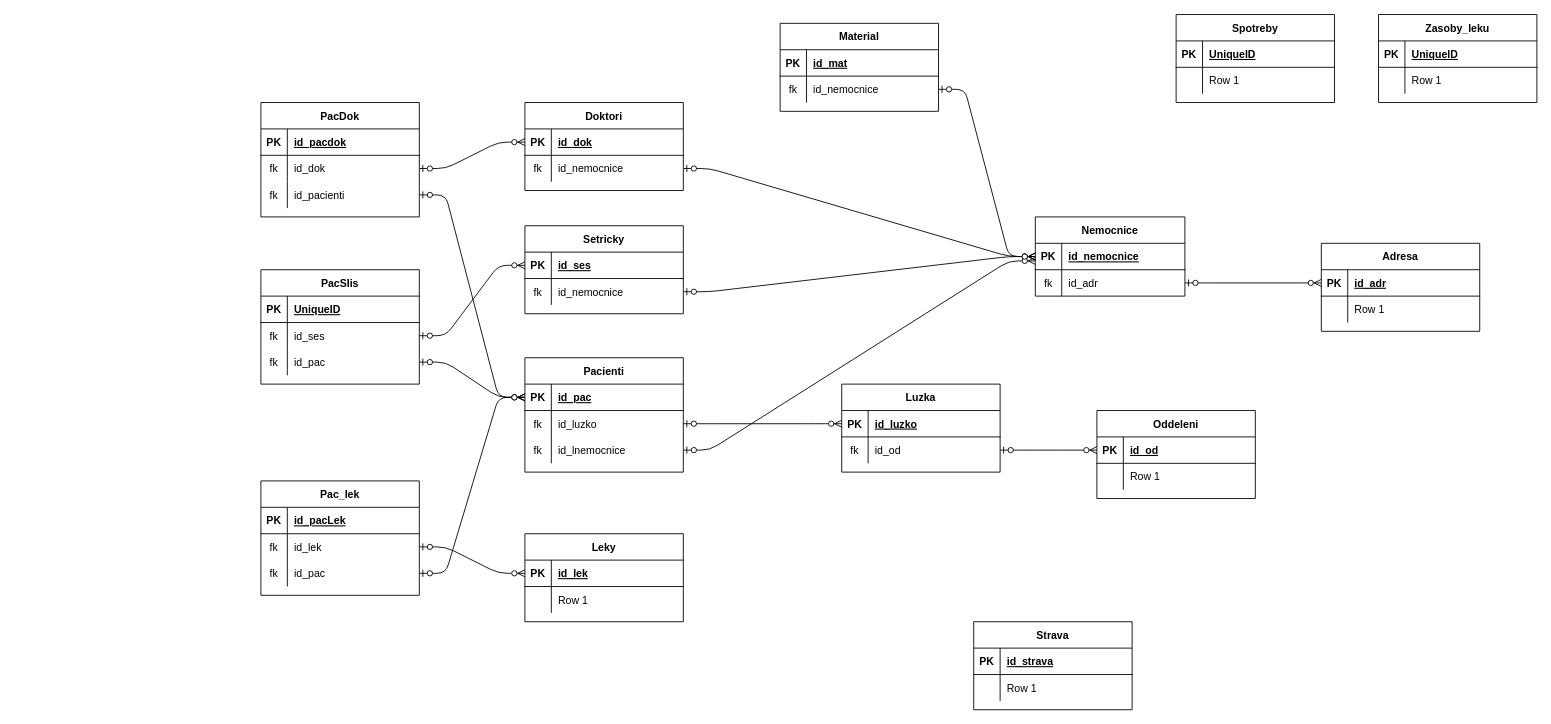
The draw.io diagram navrh.drawio in skrivanroman/Nemocnice_DB, before the edit. Source tidied: cells renumbered, new cells numbered last; positions are measured from the earlier drawing's top-left corner, leaving out a move shared by most shapes. Both pictures are drawn from the tidied source at 88%, with x=0, y=0 at pixel (260, 14).
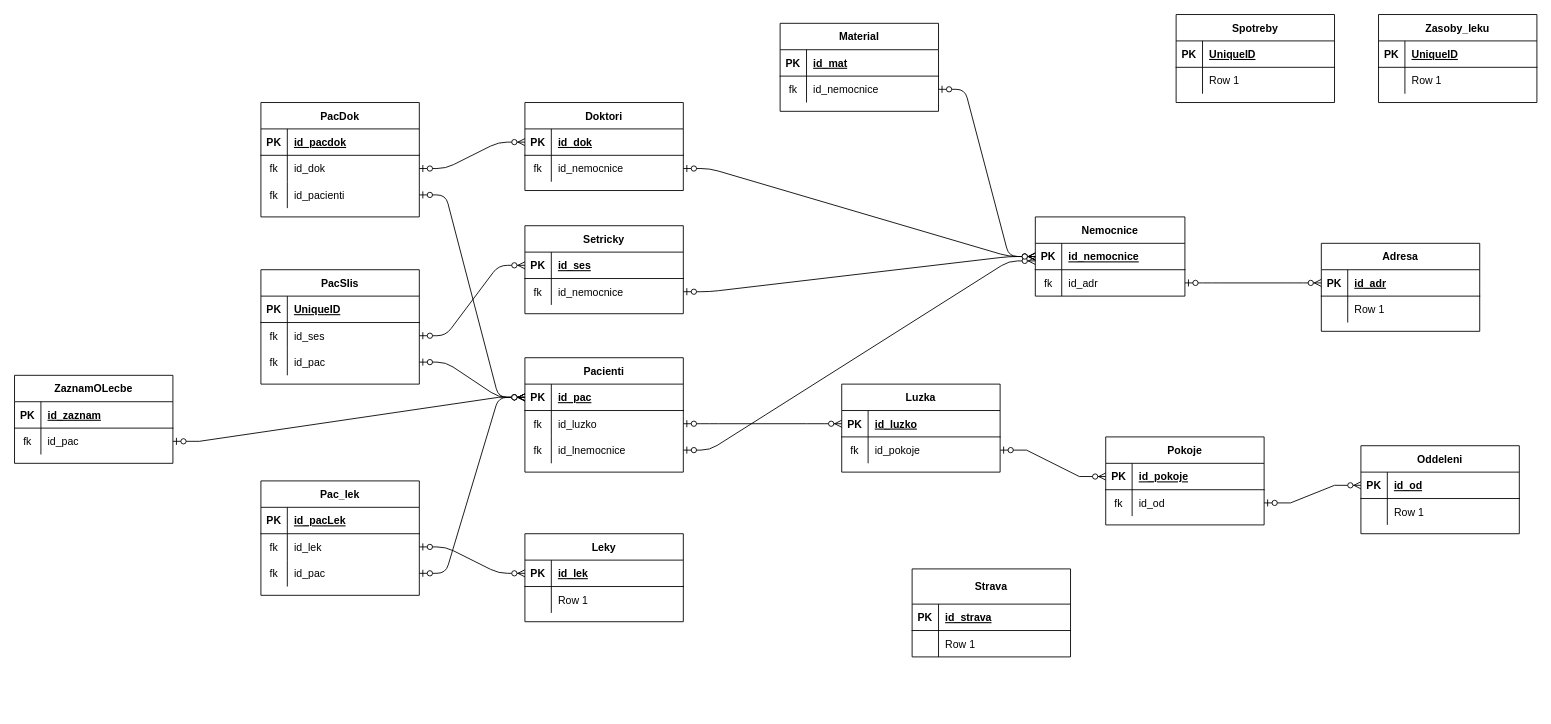
The same diagram, later.

Commit message:
navrh tabulek

Unchanged cells that the change refers to:
```xml
<mxCell id="10" style="shape=partialRectangle;fillColor=none;top=0;left=0;bottom=1;right=0;points=[[0,0.5],[1,0.5]];portConstraint=eastwest;" parent="9" vertex="1">
  <mxGeometry y="30" width="180" height="30" as="geometry" />
</mxCell>
<mxCell id="54" style="shape=partialRectangle;fillColor=none;top=0;left=0;bottom=0;right=0;points=[[0,0.5],[1,0.5]];portConstraint=eastwest;" parent="50" vertex="1">
  <mxGeometry y="60" width="180" height="30" as="geometry" />
</mxCell>
<mxCell id="88" style="shape=partialRectangle;fillColor=none;top=0;left=0;bottom=1;right=0;points=[[0,0.5],[1,0.5]];portConstraint=eastwest;" parent="87" vertex="1">
  <mxGeometry y="30" width="180" height="30" as="geometry" />
</mxCell>
```

The edit, as a diff of the source:
```diff
@@
-    <mxCell id="33" value="Strava" style="shape=table;startSize=30;childLayout=tableLayout;rowLines=0;fontStyle=1;align=center;" parent="1" vertex="1">
-      <mxGeometry x="810" y="690" width="180" height="100" as="geometry" />
+    <mxCell id="33" value="Strava" style="shape=table;startSize=40;childLayout=tableLayout;rowLines=0;fontStyle=1;align=center;" parent="1" vertex="1">
+      <mxGeometry x="740" y="630" width="180" height="100" as="geometry" />
     </mxCell>
     <mxCell id="34" style="shape=partialRectangle;fillColor=none;top=0;left=0;bottom=1;right=0;" parent="33" vertex="1">
-      <mxGeometry y="30" width="180" height="30" as="geometry" />
+      <mxGeometry y="40" width="180" height="30" as="geometry" />
     </mxCell>
@@
     <mxCell id="37" style="shape=partialRectangle;fillColor=none;top=0;left=0;bottom=0;right=0;" parent="33" vertex="1">
-      <mxGeometry y="60" width="180" height="30" as="geometry" />
+      <mxGeometry y="70" width="180" height="30" as="geometry" />
     </mxCell>
@@
-    <mxCell id="56" value="id_od" style="shape=partialRectangle;fillColor=none;top=0;left=0;bottom=0;right=0;align=left;spacingLeft=6;overflow=hidden;" parent="54" vertex="1">
+    <mxCell id="56" value="id_pokoje" style="shape=partialRectangle;fillColor=none;top=0;left=0;bottom=0;right=0;align=left;spacingLeft=6;overflow=hidden;" parent="54" vertex="1">
       <mxGeometry x="30" width="150" height="30" as="geometry" />
     </mxCell>
@@
     <mxCell id="87" value="Oddeleni" style="shape=table;startSize=30;childLayout=tableLayout;rowLines=0;fontStyle=1;align=center;" parent="1" vertex="1">
-      <mxGeometry x="950" y="450" width="180" height="100" as="geometry" />
+      <mxGeometry x="1250" y="490" width="180" height="100" as="geometry" />
     </mxCell>
@@
-    <mxCell id="94" style="edgeStyle=entityRelationEdgeStyle;fontSize=12;html=1;endArrow=ERzeroToMany;startArrow=ERzeroToOne;exitX=1;exitY=0.5;exitDx=0;exitDy=0;entryX=0;entryY=0.5;entryDx=0;entryDy=0;" parent="1" edge="1" source="54" target="88">
-      <mxGeometry relative="1" as="geometry" />
-    </mxCell>
@@
+    <mxCell id="132" value="ZaznamOLecbe" style="shape=table;startSize=30;childLayout=tableLayout;rowLines=0;fontStyle=1;align=center;" parent="1" vertex="1">
+      <mxGeometry x="-280" y="410" width="180" height="100" as="geometry" />
+    </mxCell>
+    <mxCell id="133" style="shape=partialRectangle;fillColor=none;top=0;left=0;bottom=1;right=0;" parent="132" vertex="1">
+      <mxGeometry y="30" width="180" height="30" as="geometry" />
+    </mxCell>
+    <mxCell id="134" value="PK" style="shape=partialRectangle;fillColor=none;top=0;left=0;bottom=0;right=0;fontStyle=1;overflow=hidden;" parent="133" vertex="1">
+      <mxGeometry width="30" height="30" as="geometry" />
+    </mxCell>
+    <mxCell id="135" value="id_zaznam" style="shape=partialRectangle;fillColor=none;top=0;left=0;bottom=0;right=0;align=left;spacingLeft=6;fontStyle=5;overflow=hidden;" parent="133" vertex="1">
+      <mxGeometry x="30" width="150" height="30" as="geometry" />
+    </mxCell>
+    <mxCell id="136" style="shape=partialRectangle;fillColor=none;top=0;left=0;bottom=0;right=0;points=[[0,0.5],[1,0.5]];portConstraint=eastwest;" parent="132" vertex="1">
+      <mxGeometry y="60" width="180" height="30" as="geometry" />
+    </mxCell>
+    <mxCell id="137" value="fk" style="shape=partialRectangle;fillColor=none;top=0;left=0;bottom=0;right=0;overflow=hidden;" parent="136" vertex="1">
+      <mxGeometry width="30" height="30" as="geometry" />
+    </mxCell>
+    <mxCell id="138" value="id_pac" style="shape=partialRectangle;fillColor=none;top=0;left=0;bottom=0;right=0;align=left;spacingLeft=6;overflow=hidden;" parent="136" vertex="1">
+      <mxGeometry x="30" width="150" height="30" as="geometry" />
+    </mxCell>
+    <mxCell id="139" style="edgeStyle=entityRelationEdgeStyle;fontSize=12;html=1;endArrow=ERzeroToMany;startArrow=ERzeroToOne;rounded=0;entryX=0;entryY=0.5;entryDx=0;entryDy=0;exitX=1;exitY=0.5;exitDx=0;exitDy=0;" parent="1" edge="1" source="136" target="10">
+      <mxGeometry relative="1" as="geometry" />
+    </mxCell>
+    <mxCell id="140" value="Pokoje" style="shape=table;startSize=30;childLayout=tableLayout;rowLines=0;fontStyle=1;align=center;" parent="1" vertex="1">
+      <mxGeometry x="960" y="480" width="180" height="100" as="geometry" />
+    </mxCell>
+    <mxCell id="141" style="shape=partialRectangle;fillColor=none;top=0;left=0;bottom=1;right=0;points=[[0,0.5],[1,0.5]];portConstraint=eastwest;" parent="140" vertex="1">
+      <mxGeometry y="30" width="180" height="30" as="geometry" />
+    </mxCell>
+    <mxCell id="142" value="PK" style="shape=partialRectangle;fillColor=none;top=0;left=0;bottom=0;right=0;fontStyle=1;overflow=hidden;" parent="141" vertex="1">
+      <mxGeometry width="30" height="30" as="geometry" />
+    </mxCell>
+    <mxCell id="143" value="id_pokoje" style="shape=partialRectangle;fillColor=none;top=0;left=0;bottom=0;right=0;align=left;spacingLeft=6;fontStyle=5;overflow=hidden;" parent="141" vertex="1">
+      <mxGeometry x="30" width="150" height="30" as="geometry" />
+    </mxCell>
+    <mxCell id="144" style="shape=partialRectangle;fillColor=none;top=0;left=0;bottom=0;right=0;points=[[0,0.5],[1,0.5]];portConstraint=eastwest;" parent="140" vertex="1">
+      <mxGeometry y="60" width="180" height="30" as="geometry" />
+    </mxCell>
+    <mxCell id="145" value="fk" style="shape=partialRectangle;fillColor=none;top=0;left=0;bottom=0;right=0;overflow=hidden;" parent="144" vertex="1">
+      <mxGeometry width="30" height="30" as="geometry" />
+    </mxCell>
+    <mxCell id="146" value="id_od" style="shape=partialRectangle;fillColor=none;top=0;left=0;bottom=0;right=0;align=left;spacingLeft=6;overflow=hidden;" parent="144" vertex="1">
+      <mxGeometry x="30" width="150" height="30" as="geometry" />
+    </mxCell>
+    <mxCell id="147" style="edgeStyle=entityRelationEdgeStyle;fontSize=12;html=1;endArrow=ERzeroToMany;startArrow=ERzeroToOne;rounded=0;entryX=0;entryY=0.5;entryDx=0;entryDy=0;exitX=1;exitY=0.5;exitDx=0;exitDy=0;" parent="1" edge="1" source="54" target="141">
+      <mxGeometry relative="1" as="geometry" />
+    </mxCell>
+    <mxCell id="148" style="edgeStyle=entityRelationEdgeStyle;fontSize=12;html=1;endArrow=ERzeroToMany;startArrow=ERzeroToOne;rounded=0;entryX=0;entryY=0.5;entryDx=0;entryDy=0;exitX=1;exitY=0.5;exitDx=0;exitDy=0;" parent="1" edge="1" source="144" target="88">
+      <mxGeometry relative="1" as="geometry" />
+    </mxCell>
```
